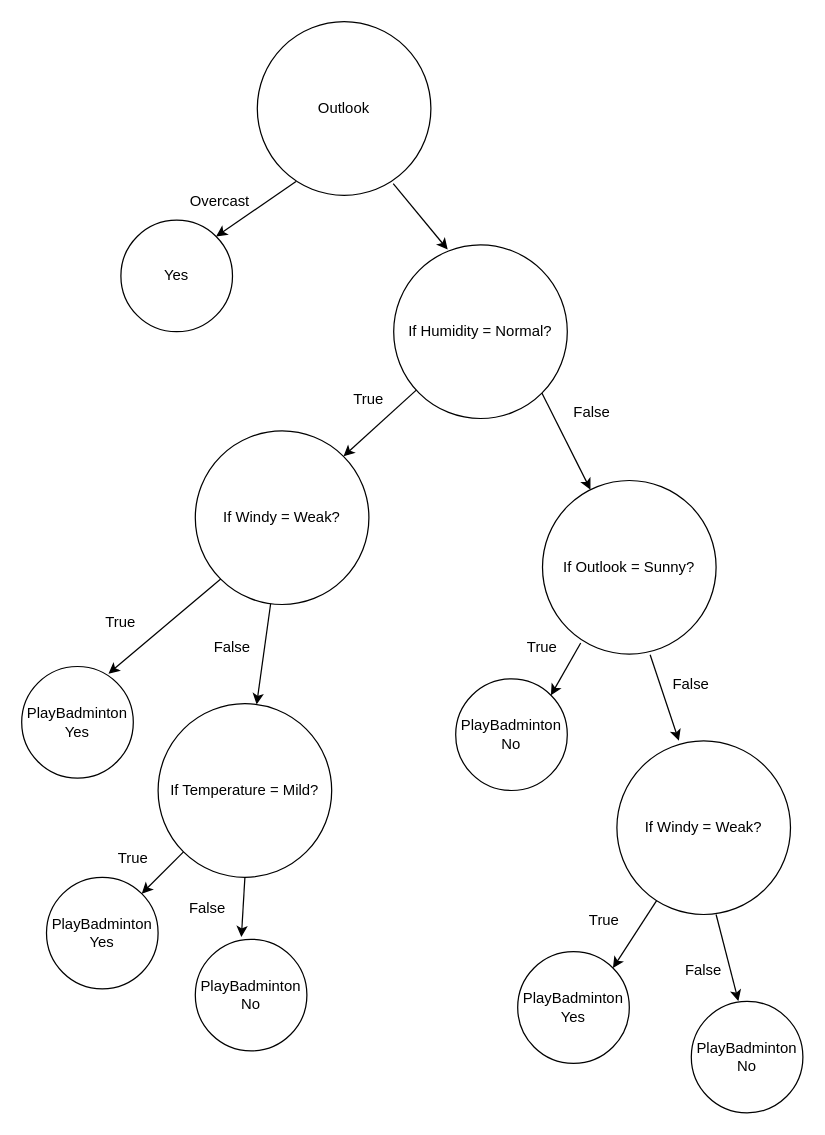
Above: decisiontree.drawio in ShouoDirector/Decision-Tree-Py (draw.io), before the change. Source tidied: cells renumbered, new cells numbered last; positions are measured from the earlier drawing's top-left corner, leaving out a move shared by most shapes. Both pictures are drawn from the tidied source at 124%, with x=0, y=0 at pixel (21, 21).
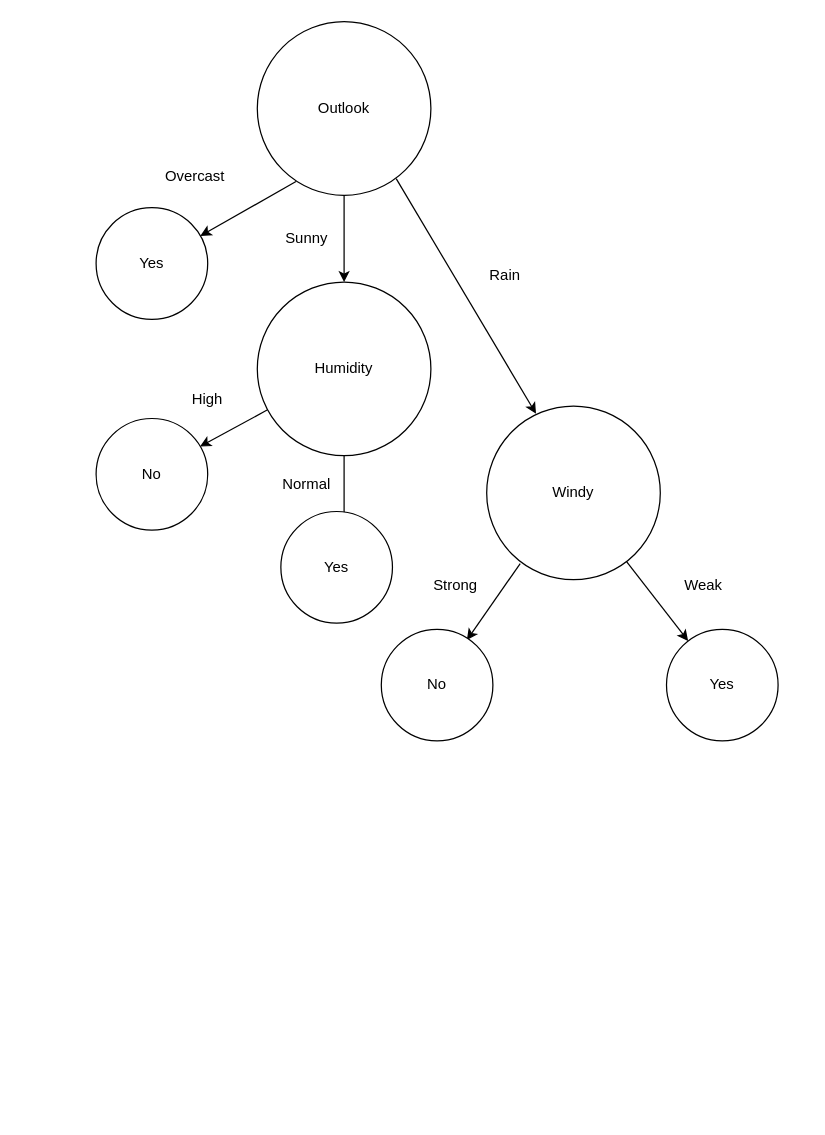
After the change.

Unchanged cells that the change refers to:
```xml
<mxCell id="2" value="Outlook" style="ellipse;whiteSpace=wrap;html=1;" parent="1" vertex="1">
  <mxGeometry x="190" width="140" height="140" as="geometry" />
</mxCell>
```

The edit, as a diff of the source:
```diff
@@
-    <mxCell id="3" value="Yes" style="ellipse;whiteSpace=wrap;html=1;" parent="1" vertex="1">
-      <mxGeometry x="80" y="160" width="90" height="90" as="geometry" />
+    <mxCell id="3" value="Yes" style="ellipse;whiteSpace=wrap;html=1;direction=south;" parent="1" vertex="1">
+      <mxGeometry x="60" y="150" width="90" height="90" as="geometry" />
     </mxCell>
-    <mxCell id="4" style="endArrow=classic;html=1;rounded=0;entryX=1;entryY=0;entryDx=0;entryDy=0;exitX=0.223;exitY=0.921;exitDx=0;exitDy=0;exitPerimeter=0;" parent="1" edge="1" source="2" target="3">
+    <mxCell id="4" style="endArrow=classic;html=1;rounded=0;exitX=0.223;exitY=0.921;exitDx=0;exitDy=0;exitPerimeter=0;" parent="1" edge="1" source="2" target="3">
       <mxGeometry relative="1" as="geometry" />
     </mxCell>
     <mxCell id="5" value="Overcast" style="text;strokeColor=none;align=center;fillColor=none;html=1;verticalAlign=middle;whiteSpace=wrap;rounded=0;" parent="1" vertex="1">
-      <mxGeometry x="120" y="130" width="80" height="30" as="geometry" />
+      <mxGeometry x="100" y="110" width="80" height="30" as="geometry" />
     </mxCell>
-    <mxCell id="6" value="If Humidity = Normal?" style="ellipse;whiteSpace=wrap;html=1;" parent="1" vertex="1">
-      <mxGeometry x="300" y="180" width="140" height="140" as="geometry" />
+    <mxCell id="6" value="Humidity" style="ellipse;whiteSpace=wrap;html=1;" parent="1" vertex="1">
+      <mxGeometry x="190" y="210" width="140" height="140" as="geometry" />
     </mxCell>
-    <mxCell id="7" style="endArrow=classic;html=1;rounded=0;entryX=0.311;entryY=0.027;entryDx=0;entryDy=0;entryPerimeter=0;exitX=0.783;exitY=0.933;exitDx=0;exitDy=0;exitPerimeter=0;" parent="1" edge="1" source="2" target="6">
+    <mxCell id="7" style="endArrow=classic;html=1;rounded=0;entryX=0.5;entryY=0;entryDx=0;entryDy=0;exitX=0.5;exitY=1;exitDx=0;exitDy=0;" parent="1" edge="1" source="2" target="6">
       <mxGeometry relative="1" as="geometry" />
     </mxCell>
-    <mxCell id="8" value="If Windy = Weak?" style="ellipse;whiteSpace=wrap;html=1;" parent="1" vertex="1">
-      <mxGeometry x="140" y="330" width="140" height="140" as="geometry" />
-    </mxCell>
-    <mxCell id="9" style="endArrow=classic;html=1;rounded=0;entryX=1;entryY=0;entryDx=0;entryDy=0;" parent="1" edge="1" source="6" target="8">
+    <mxCell id="9" style="endArrow=classic;html=1;rounded=0;entryX=0.251;entryY=0.069;entryDx=0;entryDy=0;entryPerimeter=0;" parent="1" edge="1" source="6" target="39">
       <mxGeometry relative="1" as="geometry" />
     </mxCell>
-    <mxCell id="10" value="True" style="text;strokeColor=none;align=center;fillColor=none;html=1;verticalAlign=middle;whiteSpace=wrap;rounded=0;" parent="1" vertex="1">
-      <mxGeometry x="240" y="290" width="80" height="30" as="geometry" />
+    <mxCell id="10" value="High" style="text;strokeColor=none;align=center;fillColor=none;html=1;verticalAlign=middle;whiteSpace=wrap;rounded=0;" parent="1" vertex="1">
+      <mxGeometry x="110" y="290" width="80" height="30" as="geometry" />
     </mxCell>
-    <mxCell id="11" value="PlayBadminton&lt;br&gt;Yes" style="ellipse;whiteSpace=wrap;html=1;" parent="1" vertex="1">
-      <mxGeometry y="520" width="90" height="90" as="geometry" />
-    </mxCell>
-    <mxCell id="12" style="endArrow=classic;html=1;rounded=0;entryX=0.778;entryY=0.064;entryDx=0;entryDy=0;entryPerimeter=0;exitX=0;exitY=1;exitDx=0;exitDy=0;" parent="1" edge="1" source="8" target="11">
+    <mxCell id="12" style="endArrow=classic;html=1;rounded=0;exitX=0.193;exitY=0.907;exitDx=0;exitDy=0;exitPerimeter=0;entryX=0.096;entryY=0.233;entryDx=0;entryDy=0;entryPerimeter=0;" parent="1" edge="1" source="42" target="45">
       <mxGeometry relative="1" as="geometry" />
     </mxCell>
-    <mxCell id="13" value="True" style="text;strokeColor=none;align=center;fillColor=none;html=1;verticalAlign=middle;whiteSpace=wrap;rounded=0;" parent="1" vertex="1">
-      <mxGeometry x="40" y="470" width="80" height="30" as="geometry" />
-    </mxCell>
-    <mxCell id="14" value="If Temperature = Mild?" style="ellipse;whiteSpace=wrap;html=1;" parent="1" vertex="1">
-      <mxGeometry x="110" y="550" width="140" height="140" as="geometry" />
-    </mxCell>
-    <mxCell id="15" style="endArrow=classic;html=1;rounded=0;" parent="1" edge="1" source="8" target="14">
+    <mxCell id="15" style="endArrow=classic;html=1;rounded=0;entryX=0.284;entryY=0.044;entryDx=0;entryDy=0;entryPerimeter=0;exitX=0.8;exitY=0.904;exitDx=0;exitDy=0;exitPerimeter=0;" parent="1" edge="1" source="2" target="42">
       <mxGeometry relative="1" as="geometry" />
     </mxCell>
-    <mxCell id="16" value="False" style="text;strokeColor=none;align=center;fillColor=none;html=1;verticalAlign=middle;whiteSpace=wrap;rounded=0;" parent="1" vertex="1">
-      <mxGeometry x="130" y="490" width="80" height="30" as="geometry" />
-    </mxCell>
-    <mxCell id="17" value="PlayBadminton&lt;br&gt;Yes" style="ellipse;whiteSpace=wrap;html=1;" parent="1" vertex="1">
-      <mxGeometry x="20" y="690" width="90" height="90" as="geometry" />
-    </mxCell>
-    <mxCell id="18" value="PlayBadminton&lt;br&gt;No" style="ellipse;whiteSpace=wrap;html=1;" parent="1" vertex="1">
-      <mxGeometry x="140" y="740" width="90" height="90" as="geometry" />
-    </mxCell>
-    <mxCell id="19" style="endArrow=classic;html=1;rounded=0;exitX=0;exitY=1;exitDx=0;exitDy=0;entryX=1;entryY=0;entryDx=0;entryDy=0;" parent="1" edge="1" source="14" target="17">
-      <mxGeometry relative="1" as="geometry" />
-    </mxCell>
-    <mxCell id="20" style="endArrow=classic;html=1;rounded=0;exitX=0.5;exitY=1;exitDx=0;exitDy=0;entryX=0.413;entryY=-0.02;entryDx=0;entryDy=0;entryPerimeter=0;" parent="1" edge="1" source="14" target="18">
-      <mxGeometry relative="1" as="geometry" />
-    </mxCell>
-    <mxCell id="21" value="True" style="text;strokeColor=none;align=center;fillColor=none;html=1;verticalAlign=middle;whiteSpace=wrap;rounded=0;" parent="1" vertex="1">
-      <mxGeometry x="50" y="660" width="80" height="30" as="geometry" />
-    </mxCell>
-    <mxCell id="22" value="False" style="text;strokeColor=none;align=center;fillColor=none;html=1;verticalAlign=middle;whiteSpace=wrap;rounded=0;" parent="1" vertex="1">
-      <mxGeometry x="110" y="700" width="80" height="30" as="geometry" />
-    </mxCell>
-    <mxCell id="23" value="If Outlook = Sunny?" style="ellipse;whiteSpace=wrap;html=1;" parent="1" vertex="1">
-      <mxGeometry x="420" y="370" width="140" height="140" as="geometry" />
-    </mxCell>
-    <mxCell id="24" style="endArrow=classic;html=1;rounded=0;exitX=1;exitY=1;exitDx=0;exitDy=0;" parent="1" edge="1" source="6" target="23">
-      <mxGeometry relative="1" as="geometry" />
+    <mxCell id="24" style="endArrow=classic;html=1;rounded=0;exitX=0.5;exitY=1;exitDx=0;exitDy=0;" parent="1" edge="1" source="6">
+      <mxGeometry relative="1" as="geometry">
+        <mxPoint x="260" y="410" as="targetPoint" />
+      </mxGeometry>
     </mxCell>
-    <mxCell id="25" value="False" style="text;strokeColor=none;align=center;fillColor=none;html=1;verticalAlign=middle;whiteSpace=wrap;rounded=0;" parent="1" vertex="1">
-      <mxGeometry x="420" y="300" width="80" height="30" as="geometry" />
-    </mxCell>
-    <mxCell id="26" value="PlayBadminton&lt;br&gt;No" style="ellipse;whiteSpace=wrap;html=1;" parent="1" vertex="1">
-      <mxGeometry x="350" y="530" width="90" height="90" as="geometry" />
-    </mxCell>
-    <mxCell id="27" style="endArrow=classic;html=1;rounded=0;entryX=1;entryY=0;entryDx=0;entryDy=0;exitX=0.22;exitY=0.936;exitDx=0;exitDy=0;exitPerimeter=0;" parent="1" edge="1" source="23" target="26">
-      <mxGeometry relative="1" as="geometry" />
-    </mxCell>
-    <mxCell id="28" value="True" style="text;strokeColor=none;align=center;fillColor=none;html=1;verticalAlign=middle;whiteSpace=wrap;rounded=0;" parent="1" vertex="1">
-      <mxGeometry x="380" y="490" width="80" height="30" as="geometry" />
-    </mxCell>
-    <mxCell id="29" value="If Windy = Weak?" style="ellipse;whiteSpace=wrap;html=1;" parent="1" vertex="1">
-      <mxGeometry x="480" y="580" width="140" height="140" as="geometry" />
-    </mxCell>
-    <mxCell id="30" style="endArrow=classic;html=1;rounded=0;entryX=0.357;entryY=-0.001;entryDx=0;entryDy=0;entryPerimeter=0;exitX=0.62;exitY=1.004;exitDx=0;exitDy=0;exitPerimeter=0;" parent="1" edge="1" source="23" target="29">
-      <mxGeometry relative="1" as="geometry" />
-    </mxCell>
-    <mxCell id="31" value="False" style="text;strokeColor=none;align=center;fillColor=none;html=1;verticalAlign=middle;whiteSpace=wrap;rounded=0;" parent="1" vertex="1">
-      <mxGeometry x="500" y="520" width="80" height="30" as="geometry" />
-    </mxCell>
-    <mxCell id="32" value="PlayBadminton&lt;br&gt;Yes" style="ellipse;whiteSpace=wrap;html=1;" parent="1" vertex="1">
-      <mxGeometry x="400" y="750" width="90" height="90" as="geometry" />
-    </mxCell>
-    <mxCell id="33" value="PlayBadminton&lt;br&gt;No" style="ellipse;whiteSpace=wrap;html=1;" parent="1" vertex="1">
-      <mxGeometry x="540" y="790" width="90" height="90" as="geometry" />
-    </mxCell>
-    <mxCell id="34" value="True" style="text;strokeColor=none;align=center;fillColor=none;html=1;verticalAlign=middle;whiteSpace=wrap;rounded=0;" parent="1" vertex="1">
-      <mxGeometry x="430" y="710" width="80" height="30" as="geometry" />
-    </mxCell>
-    <mxCell id="35" value="False" style="text;strokeColor=none;align=center;fillColor=none;html=1;verticalAlign=middle;whiteSpace=wrap;rounded=0;" parent="1" vertex="1">
-      <mxGeometry x="510" y="750" width="80" height="30" as="geometry" />
-    </mxCell>
-    <mxCell id="36" style="endArrow=classic;html=1;rounded=0;entryX=1;entryY=0;entryDx=0;entryDy=0;" parent="1" edge="1" source="29" target="32">
-      <mxGeometry relative="1" as="geometry" />
-    </mxCell>
-    <mxCell id="37" style="endArrow=classic;html=1;rounded=0;entryX=0.422;entryY=-0.002;entryDx=0;entryDy=0;entryPerimeter=0;" parent="1" edge="1" target="33">
-      <mxGeometry relative="1" as="geometry">
-        <mxPoint x="560" y="720" as="sourcePoint" />
-      </mxGeometry>
-    </mxCell>
+    <mxCell id="38" value="Sunny" style="text;strokeColor=none;align=center;fillColor=none;html=1;verticalAlign=middle;whiteSpace=wrap;rounded=0;" parent="1" vertex="1">
+      <mxGeometry x="190" y="160" width="80" height="30" as="geometry" />
+    </mxCell>
+    <mxCell id="39" value="No" style="ellipse;whiteSpace=wrap;html=1;direction=south;" parent="1" vertex="1">
+      <mxGeometry x="60" y="320" width="90" height="90" as="geometry" />
+    </mxCell>
+    <mxCell id="40" value="Yes" style="ellipse;whiteSpace=wrap;html=1;direction=south;" parent="1" vertex="1">
+      <mxGeometry x="209" y="395" width="90" height="90" as="geometry" />
+    </mxCell>
+    <mxCell id="41" value="Normal" style="text;strokeColor=none;align=center;fillColor=none;html=1;verticalAlign=middle;whiteSpace=wrap;rounded=0;" parent="1" vertex="1">
+      <mxGeometry x="190" y="358" width="80" height="30" as="geometry" />
+    </mxCell>
+    <mxCell id="42" value="Windy" style="ellipse;whiteSpace=wrap;html=1;" parent="1" vertex="1">
+      <mxGeometry x="375" y="310" width="140" height="140" as="geometry" />
+    </mxCell>
+    <mxCell id="43" value="Rain" style="text;strokeColor=none;align=center;fillColor=none;html=1;verticalAlign=middle;whiteSpace=wrap;rounded=0;" parent="1" vertex="1">
+      <mxGeometry x="350" y="190" width="80" height="30" as="geometry" />
+    </mxCell>
+    <mxCell id="44" value="Strong" style="text;strokeColor=none;align=center;fillColor=none;html=1;verticalAlign=middle;whiteSpace=wrap;rounded=0;" parent="1" vertex="1">
+      <mxGeometry x="310" y="440" width="80" height="30" as="geometry" />
+    </mxCell>
+    <mxCell id="45" value="No" style="ellipse;whiteSpace=wrap;html=1;direction=south;" parent="1" vertex="1">
+      <mxGeometry x="290" y="490" width="90" height="90" as="geometry" />
+    </mxCell>
+    <mxCell id="46" value="Yes" style="ellipse;whiteSpace=wrap;html=1;direction=south;" parent="1" vertex="1">
+      <mxGeometry x="520" y="490" width="90" height="90" as="geometry" />
+    </mxCell>
+    <mxCell id="47" style="endArrow=classic;html=1;rounded=0;" parent="1" edge="1" source="42" target="46">
+      <mxGeometry relative="1" as="geometry" />
+    </mxCell>
+    <mxCell id="48" value="Weak" style="text;strokeColor=none;align=center;fillColor=none;html=1;verticalAlign=middle;whiteSpace=wrap;rounded=0;" parent="1" vertex="1">
+      <mxGeometry x="510" y="440" width="80" height="30" as="geometry" />
+    </mxCell>
```
